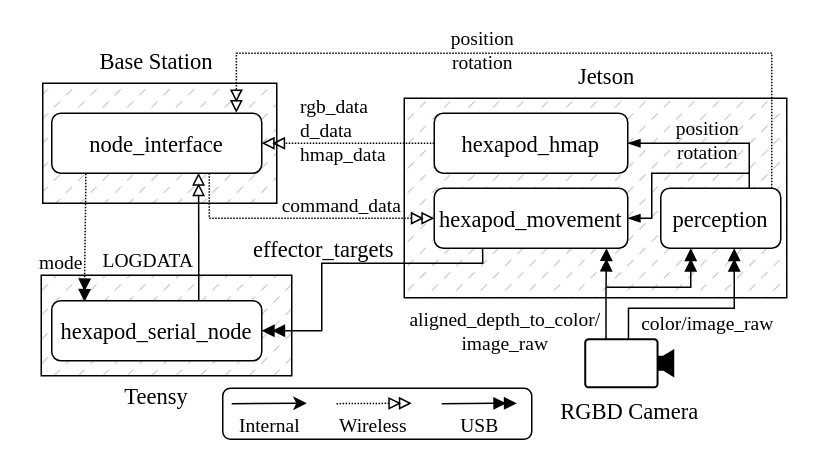
This is page "Nodes" (10 of 16) of figs/Diagrams.drawio from EpEpDragon/MThesis, a draw.io file, before an edit. Source tidied: cells renumbered, new cells numbered last; positions are measured from the earlier drawing's top-left corner, leaving out a move shared by most shapes. Both pictures are drawn from the tidied source at 150%, with x=0, y=0 at pixel (40, 38).
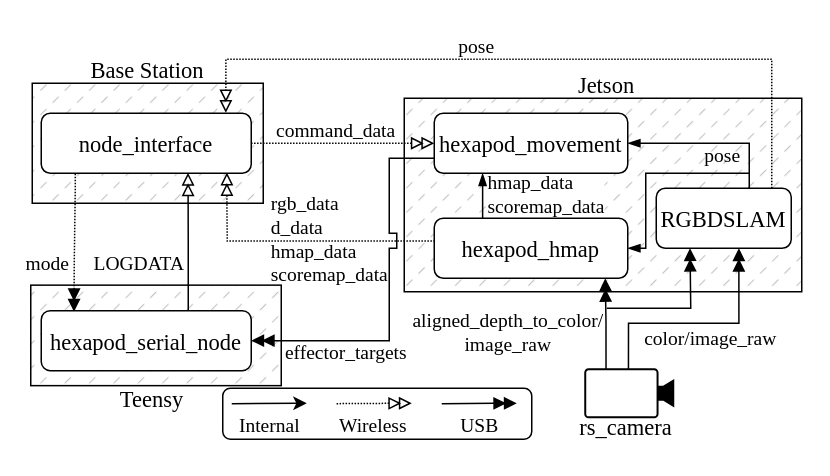
The same page after the edit.

The change refers to these unchanged cells:
```xml
<mxCell id="11" style="edgeStyle=orthogonalEdgeStyle;rounded=0;jettySize=auto;html=1;entryX=0.699;entryY=0.993;entryDx=0;entryDy=0;fontFamily=Times New Roman;fontSize=15;fontColor=default;endArrow=doubleBlock;endFill=0;entryPerimeter=0;exitX=0.7;exitY=-0.012;exitDx=0;exitDy=0;exitPerimeter=0;" parent="1" edge="1" source="13" target="10">
  <mxGeometry relative="1" as="geometry" />
</mxCell>
```

The edit, as a diff of the source:
```diff
@@
     <mxCell id="2" style="rounded=0;whiteSpace=wrap;html=1;strokeColor=default;align=center;verticalAlign=middle;fontFamily=Times New Roman;fontSize=15;fontColor=default;fillColor=#C4C4C4;gradientColor=none;fillStyle=dashed;" parent="1" vertex="1">
-      <mxGeometry x="1" y="30" width="156" height="80" as="geometry" />
+      <mxGeometry x="-6" y="30" width="154" height="80" as="geometry" />
     </mxCell>
     <mxCell id="3" style="rounded=0;whiteSpace=wrap;html=1;strokeColor=default;align=center;verticalAlign=middle;fontFamily=Times New Roman;fontSize=15;fontColor=default;fillColor=#C4C4C4;gradientColor=none;fillStyle=dashed;" parent="1" vertex="1">
-      <mxGeometry y="158" width="167" height="67" as="geometry" />
+      <mxGeometry x="-7" y="164.6" width="167" height="67" as="geometry" />
     </mxCell>
     <mxCell id="4" style="rounded=0;whiteSpace=wrap;html=1;strokeColor=default;align=center;verticalAlign=middle;fontFamily=Times New Roman;fontSize=15;fontColor=default;fillColor=#C4C4C4;gradientColor=none;fillStyle=dashed;" parent="1" vertex="1">
-      <mxGeometry x="242" y="40" width="255" height="133" as="geometry" />
+      <mxGeometry x="242" y="40" width="265" height="129" as="geometry" />
     </mxCell>
     <mxCell id="5" value="Base Station" style="text;html=1;align=center;verticalAlign=middle;whiteSpace=wrap;rounded=0;fontFamily=Times New Roman;fontSize=15;fontColor=default;" parent="1" vertex="1">
-      <mxGeometry x="27" width="100" height="30" as="geometry" />
+      <mxGeometry x="21" y="6" width="100" height="30" as="geometry" />
     </mxCell>
     <mxCell id="6" style="edgeStyle=orthogonalEdgeStyle;rounded=0;jettySize=auto;html=1;exitX=0.162;exitY=1.009;exitDx=0;exitDy=0;entryX=0.156;entryY=0.018;entryDx=0;entryDy=0;fontFamily=Times New Roman;fontSize=15;fontColor=default;dashed=1;dashPattern=1 1;endArrow=doubleBlock;endFill=1;entryPerimeter=0;exitPerimeter=0;" parent="1" edge="1" source="10" target="13">
       <mxGeometry relative="1" as="geometry">
         <Array as="points">
-          <mxPoint x="30" y="100" />
-          <mxPoint x="29" y="100" />
-          <mxPoint x="29" y="150" />
-          <mxPoint x="29" y="150" />
+          <mxPoint x="23" y="100" />
+          <mxPoint x="22" y="100" />
+          <mxPoint x="22" y="150" />
+          <mxPoint x="22" y="150" />
         </Array>
       </mxGeometry>
     </mxCell>
     <mxCell id="7" value="mode" style="edgeLabel;html=1;align=center;verticalAlign=middle;rounded=0;strokeColor=default;fontFamily=Times New Roman;fontSize=13;fontColor=default;fillColor=none;gradientColor=none;" parent="6" vertex="1">
       <mxGeometry x="-0.04" y="1" relative="1" as="geometry">
-        <mxPoint x="-18" y="17" as="offset" />
+        <mxPoint x="-20" y="15" as="offset" />
       </mxGeometry>
     </mxCell>
-    <mxCell id="8" style="edgeStyle=orthogonalEdgeStyle;rounded=0;jettySize=auto;html=1;exitX=0.75;exitY=1;exitDx=0;exitDy=0;entryX=0;entryY=0.5;entryDx=0;entryDy=0;fontFamily=Times New Roman;fontSize=15;fontColor=default;dashed=1;dashPattern=1 1;endArrow=doubleBlock;endFill=0;" parent="1" edge="1" source="10" target="17">
-      <mxGeometry relative="1" as="geometry" />
+    <mxCell id="8" style="edgeStyle=orthogonalEdgeStyle;rounded=0;jettySize=auto;html=1;exitX=0.884;exitY=0.988;exitDx=0;exitDy=0;entryX=0;entryY=0.38;entryDx=0;entryDy=0;fontFamily=Times New Roman;fontSize=15;fontColor=default;dashed=1;dashPattern=1 1;endArrow=none;endFill=0;entryPerimeter=0;exitPerimeter=0;startArrow=doubleBlock;startFill=0;" parent="1" edge="1" source="10" target="17">
+      <mxGeometry relative="1" as="geometry">
+        <Array as="points">
+          <mxPoint x="124" y="115" />
+          <mxPoint x="124" y="135" />
+        </Array>
+      </mxGeometry>
     </mxCell>
-    <mxCell id="9" value="command_data" style="edgeLabel;html=1;align=center;verticalAlign=middle;rounded=0;strokeColor=default;fontFamily=Times New Roman;fontSize=13;fontColor=default;fillColor=none;gradientColor=none;" parent="8" vertex="1">
+    <mxCell id="9" value="&lt;div style=&quot;text-align: left;&quot;&gt;&lt;span style=&quot;background-color: initial;&quot;&gt;rgb_data&lt;/span&gt;&lt;/div&gt;&lt;div style=&quot;text-align: left;&quot;&gt;d_data&lt;br&gt;&lt;/div&gt;&lt;div style=&quot;text-align: left;&quot;&gt;hmap_data&lt;/div&gt;&lt;div style=&quot;text-align: left;&quot;&gt;scoremap_data&lt;/div&gt;" style="edgeLabel;html=1;align=center;verticalAlign=middle;rounded=0;strokeColor=default;fontFamily=Times New Roman;fontSize=13;fontColor=default;fillColor=none;gradientColor=none;labelBackgroundColor=none;" parent="8" vertex="1">
       <mxGeometry x="-0.13" y="1" relative="1" as="geometry">
-        <mxPoint x="39" y="-9" as="offset" />
+        <mxPoint x="33" y="-1" as="offset" />
       </mxGeometry>
     </mxCell>
     <mxCell id="10" value="node_interface" style="rounded=1;whiteSpace=wrap;html=1;strokeColor=default;align=center;verticalAlign=middle;fontFamily=Times New Roman;fontSize=15;fontColor=default;fillColor=default;gradientColor=none;" parent="1" vertex="1">
-      <mxGeometry x="7" y="50" width="140" height="40" as="geometry" />
+      <mxGeometry y="50" width="140" height="40" as="geometry" />
     </mxCell>
@@
     <mxCell id="12" value="LOGDATA" style="edgeLabel;html=1;align=center;verticalAlign=middle;rounded=0;strokeColor=default;fontFamily=Times New Roman;fontSize=13;fontColor=default;fillColor=none;gradientColor=none;" parent="11" vertex="1">
       <mxGeometry x="0.28" y="-2" relative="1" as="geometry">
-        <mxPoint x="-36" y="27" as="offset" />
+        <mxPoint x="-35" y="27" as="offset" />
       </mxGeometry>
     </mxCell>
     <mxCell id="13" value="hexapod_serial_node" style="rounded=1;whiteSpace=wrap;html=1;strokeColor=default;align=center;verticalAlign=middle;fontFamily=Times New Roman;fontSize=15;fontColor=default;fillColor=default;gradientColor=none;" parent="1" vertex="1">
-      <mxGeometry x="7" y="175" width="140" height="40" as="geometry" />
+      <mxGeometry y="181.6" width="140" height="40" as="geometry" />
     </mxCell>
     <mxCell id="14" value="Teensy" style="text;html=1;align=center;verticalAlign=middle;whiteSpace=wrap;rounded=0;fontFamily=Times New Roman;fontSize=15;fontColor=default;" parent="1" vertex="1">
-      <mxGeometry x="27" y="223.3" width="100" height="30" as="geometry" />
+      <mxGeometry x="24" y="225" width="100" height="30" as="geometry" />
     </mxCell>
-    <mxCell id="15" style="edgeStyle=orthogonalEdgeStyle;rounded=0;jettySize=auto;html=1;exitX=0.25;exitY=1;exitDx=0;exitDy=0;entryX=1;entryY=0.5;entryDx=0;entryDy=0;fontFamily=Times New Roman;fontSize=15;fontColor=default;endArrow=doubleBlock;endFill=1;" parent="1" edge="1" source="17" target="13">
+    <mxCell id="15" style="edgeStyle=orthogonalEdgeStyle;rounded=0;jettySize=auto;html=1;exitX=0;exitY=0.75;exitDx=0;exitDy=0;entryX=1;entryY=0.5;entryDx=0;entryDy=0;fontFamily=Times New Roman;fontSize=15;fontColor=default;endArrow=doubleBlock;endFill=1;" parent="1" edge="1" source="20" target="13">
       <mxGeometry relative="1" as="geometry">
         <Array as="points">
-          <mxPoint x="294" y="150" />
-          <mxPoint x="187" y="150" />
-          <mxPoint x="187" y="195" />
+          <mxPoint x="232" y="80" />
+          <mxPoint x="232" y="130" />
+          <mxPoint x="237" y="130" />
+          <mxPoint x="237" y="140" />
+          <mxPoint x="232" y="140" />
+          <mxPoint x="232" y="202" />
+          <mxPoint x="140" y="202" />
         </Array>
       </mxGeometry>
     </mxCell>
-    <mxCell id="16" value="effector_targets" style="edgeLabel;html=1;align=center;verticalAlign=middle;rounded=0;strokeColor=default;fontFamily=Times New Roman;fontSize=15;fontColor=default;fillColor=none;gradientColor=none;labelBackgroundColor=none;" parent="15" vertex="1">
+    <mxCell id="16" value="effector_targets" style="edgeLabel;html=1;align=center;verticalAlign=middle;rounded=0;strokeColor=default;fontFamily=Times New Roman;fontSize=13;fontColor=default;fillColor=none;gradientColor=none;labelBackgroundColor=none;" parent="15" vertex="1">
       <mxGeometry x="0.21" y="1" relative="1" as="geometry">
-        <mxPoint x="-1" y="-15" as="offset" />
+        <mxPoint x="-31" y="15" as="offset" />
       </mxGeometry>
     </mxCell>
+    <mxCell id="42" style="edgeStyle=orthogonalEdgeStyle;rounded=0;jettySize=auto;html=1;exitX=0.25;exitY=0;exitDx=0;exitDy=0;entryX=0.25;entryY=1;entryDx=0;entryDy=0;endArrow=blockThin;endFill=1;" parent="1" edge="1" source="17" target="20">
+      <mxGeometry relative="1" as="geometry" />
+    </mxCell>
+    <mxCell id="43" value="&lt;div&gt;hmap_data&lt;/div&gt;scoremap_data" style="edgeLabel;html=1;align=left;verticalAlign=middle;rounded=0;fontFamily=Times New Roman;fontSize=13;fontColor=default;fillColor=none;gradientColor=none;" parent="42" vertex="1">
+      <mxGeometry x="0.07" y="1" relative="1" as="geometry">
+        <mxPoint x="3" y="-1" as="offset" />
+      </mxGeometry>
+    </mxCell>
-    <mxCell id="17" value="hexapod_movement" style="rounded=1;whiteSpace=wrap;html=1;strokeColor=default;align=center;verticalAlign=middle;fontFamily=Times New Roman;fontSize=15;fontColor=default;fillColor=default;gradientColor=none;" parent="1" vertex="1">
-      <mxGeometry x="262" y="100" width="129" height="40" as="geometry" />
+    <mxCell id="17" value="&lt;div&gt;hexapod_hmap&lt;br&gt;&lt;/div&gt;" style="rounded=1;whiteSpace=wrap;html=1;strokeColor=default;align=center;verticalAlign=middle;fontFamily=Times New Roman;fontSize=15;fontColor=default;fillColor=default;gradientColor=none;" parent="1" vertex="1">
+      <mxGeometry x="262" y="120" width="129" height="40" as="geometry" />
     </mxCell>
-    <mxCell id="18" style="edgeStyle=orthogonalEdgeStyle;rounded=0;jettySize=auto;html=1;entryX=1;entryY=0.5;entryDx=0;entryDy=0;fontFamily=Times New Roman;fontSize=15;fontColor=default;dashed=1;dashPattern=1 1;endArrow=doubleBlock;endFill=0;" parent="1" edge="1" source="20" target="10">
+    <mxCell id="18" style="edgeStyle=orthogonalEdgeStyle;rounded=0;jettySize=auto;html=1;entryX=1;entryY=0.5;entryDx=0;entryDy=0;fontFamily=Times New Roman;fontSize=15;fontColor=default;dashed=1;dashPattern=1 1;endArrow=none;endFill=0;startArrow=doubleBlock;startFill=0;" parent="1" edge="1" source="20" target="10">
       <mxGeometry relative="1" as="geometry" />
     </mxCell>
-    <mxCell id="19" value="rgb_data&lt;div style=&quot;font-size: 13px;&quot;&gt;d_data&lt;br style=&quot;font-size: 13px;&quot;&gt;&lt;/div&gt;&lt;div style=&quot;font-size: 13px;&quot;&gt;hmap_data&lt;br style=&quot;font-size: 13px;&quot;&gt;&lt;/div&gt;&lt;div style=&quot;font-size: 13px;&quot;&gt;&lt;br style=&quot;font-size: 13px;&quot;&gt;&lt;/div&gt;" style="edgeLabel;html=1;align=left;verticalAlign=middle;rounded=0;strokeColor=default;fontFamily=Times New Roman;fontSize=13;fontColor=default;fillColor=none;gradientColor=none;labelBackgroundColor=none;" parent="18" vertex="1">
+    <mxCell id="19" value="&lt;div style=&quot;font-size: 13px;&quot;&gt;&lt;span style=&quot;background-color: rgb(255, 255, 255); text-align: center;&quot;&gt;command_data&lt;/span&gt;&lt;br&gt;&lt;/div&gt;" style="edgeLabel;html=1;align=left;verticalAlign=middle;rounded=0;strokeColor=default;fontFamily=Times New Roman;fontSize=13;fontColor=default;fillColor=none;gradientColor=none;labelBackgroundColor=none;" parent="18" vertex="1">
       <mxGeometry x="-0.28" y="-1" relative="1" as="geometry">
-        <mxPoint x="-50" y="-1" as="offset" />
+        <mxPoint x="-63" y="-9" as="offset" />
       </mxGeometry>
     </mxCell>
-    <mxCell id="20" value="hexapod_hmap" style="rounded=1;whiteSpace=wrap;html=1;strokeColor=default;align=center;verticalAlign=middle;fontFamily=Times New Roman;fontSize=15;fontColor=default;fillColor=default;gradientColor=none;" parent="1" vertex="1">
+    <mxCell id="20" value="hexapod_movement" style="rounded=1;whiteSpace=wrap;html=1;strokeColor=default;align=center;verticalAlign=middle;fontFamily=Times New Roman;fontSize=15;fontColor=default;fillColor=default;gradientColor=none;" parent="1" vertex="1">
       <mxGeometry x="262" y="50" width="129" height="40" as="geometry" />
     </mxCell>
     <mxCell id="21" value="Jetson" style="text;html=1;align=center;verticalAlign=middle;whiteSpace=wrap;rounded=0;fontFamily=Times New Roman;fontSize=15;fontColor=default;" parent="1" vertex="1">
-      <mxGeometry x="327" y="10" width="100" height="30" as="geometry" />
+      <mxGeometry x="327" y="16" width="100" height="30" as="geometry" />
     </mxCell>
-    <mxCell id="22" value="RGBD Camera" style="points=[[0,0.5,0],[0.19,0.02,0],[0.59,0,0],[0.985,0.02,0],[1,0.5,0],[0.985,0.98,0],[0.59,1,0],[0.19,0.98,0]];verticalLabelPosition=bottom;sketch=0;html=1;verticalAlign=top;align=center;shape=mxgraph.cisco19.camera;fillColor=#000000;strokeColor=none;rounded=0;fontFamily=Times New Roman;fontSize=15;fontColor=default;strokeWidth=1;rotation=0;direction=west;" parent="1" vertex="1">
-      <mxGeometry x="362" y="200" width="60" height="33.3" as="geometry" />
+    <mxCell id="22" style="points=[[0,0.5,0],[0.19,0.02,0],[0.59,0,0],[0.985,0.02,0],[1,0.5,0],[0.985,0.98,0],[0.59,1,0],[0.19,0.98,0]];verticalLabelPosition=bottom;sketch=0;html=1;verticalAlign=top;align=center;shape=mxgraph.cisco19.camera;fillColor=#000000;strokeColor=none;rounded=0;fontFamily=Times New Roman;fontSize=15;fontColor=default;strokeWidth=1;rotation=0;direction=west;" parent="1" vertex="1">
+      <mxGeometry x="362" y="220" width="60" height="33.3" as="geometry" />
     </mxCell>
-    <mxCell id="23" style="edgeStyle=orthogonalEdgeStyle;rounded=0;jettySize=auto;html=1;exitX=0.758;exitY=0.967;exitDx=0;exitDy=0;exitPerimeter=0;entryX=0.806;entryY=1.014;entryDx=0;entryDy=0;entryPerimeter=0;fontFamily=Times New Roman;fontSize=15;fontColor=default;endArrow=doubleBlock;endFill=1;" parent="1" edge="1" source="22">
-      <mxGeometry relative="1" as="geometry">
-        <mxPoint x="376.8" y="140" as="targetPoint" />
-      </mxGeometry>
+    <mxCell id="23" style="edgeStyle=orthogonalEdgeStyle;rounded=0;jettySize=auto;html=1;exitX=0.758;exitY=0.967;exitDx=0;exitDy=0;exitPerimeter=0;fontFamily=Times New Roman;fontSize=15;fontColor=default;endArrow=doubleBlock;endFill=1;entryX=0.884;entryY=1.002;entryDx=0;entryDy=0;entryPerimeter=0;" parent="1" edge="1" source="22" target="17">
+      <mxGeometry relative="1" as="geometry" />
     </mxCell>
     <mxCell id="24" value="&lt;span style=&quot;text-wrap: wrap; font-size: 13px;&quot;&gt;aligned_depth_to_color/&lt;/span&gt;&lt;div style=&quot;font-size: 13px;&quot;&gt;&lt;span style=&quot;text-wrap: wrap; font-size: 13px;&quot;&gt;image_raw&lt;/span&gt;&lt;/div&gt;" style="edgeLabel;html=1;align=center;verticalAlign=middle;rounded=0;strokeColor=default;fontFamily=Times New Roman;fontSize=13;fontColor=default;fillColor=none;gradientColor=none;labelBackgroundColor=none;" parent="23" vertex="1">
       <mxGeometry x="-0.36" relative="1" as="geometry">
-        <mxPoint x="-68" y="13" as="offset" />
+        <mxPoint x="-66" y="-6" as="offset" />
       </mxGeometry>
     </mxCell>
     <mxCell id="25" style="edgeStyle=orthogonalEdgeStyle;rounded=0;jettySize=auto;html=1;exitX=0.509;exitY=0.969;exitDx=0;exitDy=0;exitPerimeter=0;entryX=0.612;entryY=1;entryDx=0;entryDy=0;entryPerimeter=0;fontFamily=Times New Roman;fontSize=15;fontColor=default;endArrow=doubleBlock;endFill=1;" parent="1" edge="1" source="22" target="29">
       <mxGeometry relative="1" as="geometry">
         <Array as="points">
-          <mxPoint x="392" y="180" />
-          <mxPoint x="462" y="180" />
+          <mxPoint x="392" y="190" />
+          <mxPoint x="465" y="190" />
         </Array>
       </mxGeometry>
     </mxCell>
@@
     <mxCell id="27" style="edgeStyle=orthogonalEdgeStyle;rounded=0;jettySize=auto;html=1;entryX=1;entryY=0.5;entryDx=0;entryDy=0;fontFamily=Times New Roman;fontSize=15;fontColor=default;endArrow=blockThin;endFill=1;" parent="1" edge="1" source="29" target="17">
       <mxGeometry relative="1" as="geometry">
         <Array as="points">
           <mxPoint x="472" y="90" />
-          <mxPoint x="407" y="90" />
-          <mxPoint x="407" y="120" />
+          <mxPoint x="403" y="90" />
+          <mxPoint x="403" y="140" />
         </Array>
       </mxGeometry>
     </mxCell>
-    <mxCell id="28" value="&lt;span style=&quot;font-size: 13px;&quot;&gt;position&lt;/span&gt;&lt;div style=&quot;font-size: 13px;&quot;&gt;rotation&lt;/div&gt;" style="edgeLabel;html=1;align=center;verticalAlign=middle;rounded=0;strokeColor=default;fontFamily=Times New Roman;fontSize=15;fontColor=default;fillColor=none;gradientColor=none;labelBackgroundColor=none;" parent="27" vertex="1">
+    <mxCell id="28" value="&lt;span style=&quot;font-size: 13px;&quot;&gt;pose&lt;/span&gt;" style="edgeLabel;html=1;align=center;verticalAlign=middle;rounded=0;strokeColor=default;fontFamily=Times New Roman;fontSize=15;fontColor=default;fillColor=none;gradientColor=none;labelBackgroundColor=none;" parent="27" vertex="1">
       <mxGeometry x="0.17" y="1" relative="1" as="geometry">
-        <mxPoint x="32" y="-25" as="offset" />
+        <mxPoint x="49" y="-17" as="offset" />
       </mxGeometry>
     </mxCell>
-    <mxCell id="29" value="perception" style="rounded=1;whiteSpace=wrap;html=1;strokeColor=default;align=center;verticalAlign=middle;fontFamily=Times New Roman;fontSize=15;fontColor=default;fillColor=default;gradientColor=none;" parent="1" vertex="1">
-      <mxGeometry x="413" y="100" width="80" height="40" as="geometry" />
+    <mxCell id="29" value="RGBDSLAM" style="rounded=1;whiteSpace=wrap;html=1;strokeColor=default;align=center;verticalAlign=middle;fontFamily=Times New Roman;fontSize=15;fontColor=default;fillColor=default;gradientColor=none;" parent="1" vertex="1">
+      <mxGeometry x="410" y="100" width="90" height="40" as="geometry" />
     </mxCell>
     <mxCell id="30" style="edgeStyle=orthogonalEdgeStyle;rounded=0;jettySize=auto;html=1;entryX=0.879;entryY=-0.007;entryDx=0;entryDy=0;entryPerimeter=0;fontFamily=Times New Roman;fontSize=15;fontColor=default;dashed=1;dashPattern=1 1;endArrow=doubleBlock;endFill=0;" parent="1" edge="1" source="29" target="10">
       <mxGeometry relative="1" as="geometry">
         <Array as="points">
-          <mxPoint x="487" y="10" />
-          <mxPoint x="130" y="10" />
+          <mxPoint x="487" y="14" />
+          <mxPoint x="123" y="14" />
         </Array>
       </mxGeometry>
     </mxCell>
-    <mxCell id="31" value="position&lt;div&gt;rotation&lt;/div&gt;" style="edgeLabel;html=1;align=center;verticalAlign=middle;rounded=0;strokeColor=default;fontFamily=Times New Roman;fontSize=13;fontColor=default;fillColor=none;gradientColor=none;labelBackgroundColor=none;" parent="30" vertex="1">
+    <mxCell id="31" value="pose" style="edgeLabel;html=1;align=center;verticalAlign=middle;rounded=0;strokeColor=default;fontFamily=Times New Roman;fontSize=13;fontColor=default;fillColor=none;gradientColor=none;labelBackgroundColor=none;" parent="30" vertex="1">
       <mxGeometry x="0.16" y="-2" relative="1" as="geometry">
-        <mxPoint x="-2" y="-1" as="offset" />
+        <mxPoint x="-2" y="-8" as="offset" />
       </mxGeometry>
     </mxCell>
     <mxCell id="32" style="endArrow=doubleBlock;html=1;rounded=0;fontFamily=Times New Roman;fontSize=15;fontColor=default;entryX=0.25;entryY=1;entryDx=0;entryDy=0;endFill=1;" parent="1" edge="1" target="29">
       <mxGeometry relative="1" as="geometry">
-        <mxPoint x="377" y="166" as="sourcePoint" />
+        <mxPoint x="377" y="180" as="sourcePoint" />
         <Array as="points">
-          <mxPoint x="433" y="166" />
+          <mxPoint x="433" y="180" />
         </Array>
       </mxGeometry>
     </mxCell>
@@
+    <mxCell id="44" value="&lt;span style=&quot;color: rgb(0, 0, 0); font-family: &amp;quot;Times New Roman&amp;quot;; font-size: 15px; font-style: normal; font-variant-ligatures: normal; font-variant-caps: normal; font-weight: 400; letter-spacing: normal; orphans: 2; text-align: center; text-indent: 0px; text-transform: none; widows: 2; word-spacing: 0px; -webkit-text-stroke-width: 0px; white-space: normal; text-decoration-thickness: initial; text-decoration-style: initial; text-decoration-color: initial; float: none; display: inline !important;&quot;&gt;rs_camera&lt;/span&gt;" style="text;html=1;align=center;verticalAlign=middle;whiteSpace=wrap;rounded=0;fontFamily=Times New Roman;fontSize=15;fontColor=default;fillColor=none;labelBackgroundColor=none;" parent="1" vertex="1">
+      <mxGeometry x="340" y="244" width="100" height="30" as="geometry" />
+    </mxCell>
```
